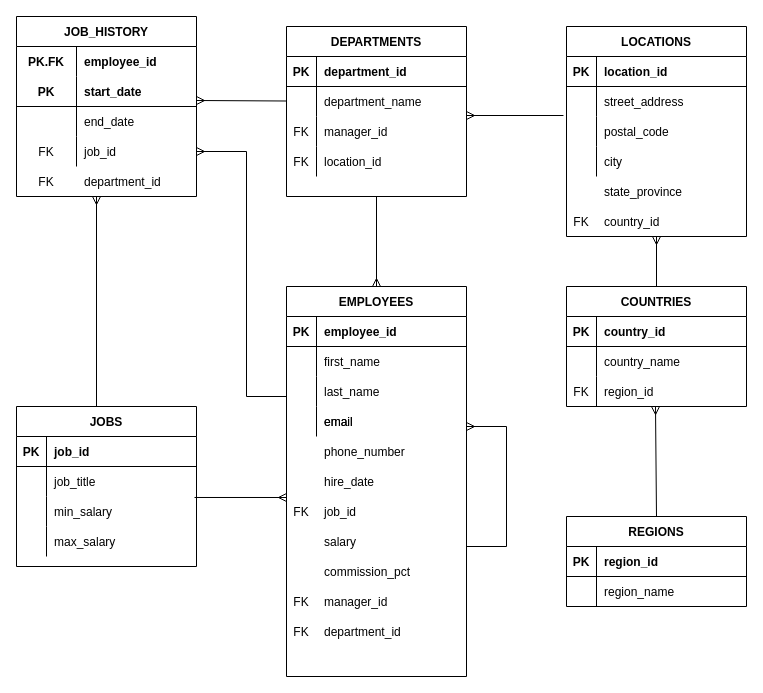
The draw.io diagram Lab9.drawio in Jerikooo/Lab9, before the edit. Source tidied: cells renumbered, new cells numbered last; positions are measured from the earlier drawing's top-left corner, leaving out a move shared by most shapes. Both pictures are drawn from the tidied source at 100%, with x=0, y=0 at pixel (16, 16).
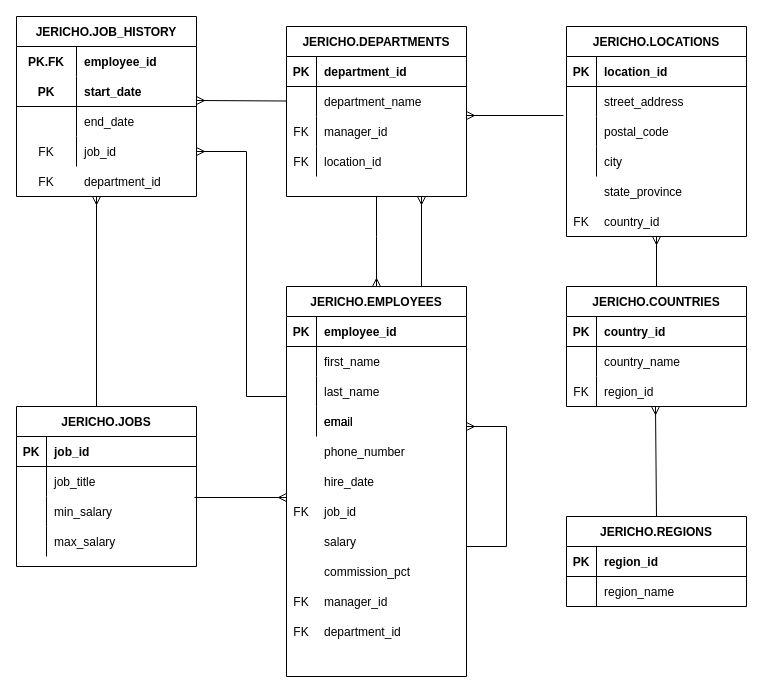
The same diagram, later.

Diff of the diagram source:
```diff
@@
-    <mxCell id="2" value="JOB_HISTORY" style="shape=table;startSize=30;childLayout=tableLayout;rowLines=0;fontStyle=1;align=center;" parent="1" vertex="1">
+    <mxCell id="2" value="JERICHO.JOB_HISTORY" style="shape=table;startSize=30;childLayout=tableLayout;rowLines=0;fontStyle=1;align=center;" parent="1" vertex="1">
       <mxGeometry width="180" height="180" as="geometry" />
     </mxCell>
@@
-    <mxCell id="16" value="DEPARTMENTS" style="shape=table;startSize=30;childLayout=tableLayout;rowLines=0;fontStyle=1;align=center;" parent="1" vertex="1">
+    <mxCell id="16" value="JERICHO.DEPARTMENTS" style="shape=table;startSize=30;childLayout=tableLayout;rowLines=0;fontStyle=1;align=center;" parent="1" vertex="1">
       <mxGeometry x="270" y="10" width="180" height="170" as="geometry" />
     </mxCell>
@@
-    <mxCell id="31" value="LOCATIONS" style="shape=table;startSize=30;childLayout=tableLayout;rowLines=0;fontStyle=1;align=center;" parent="1" vertex="1">
+    <mxCell id="31" value="JERICHO.LOCATIONS" style="shape=table;startSize=30;childLayout=tableLayout;rowLines=0;fontStyle=1;align=center;" parent="1" vertex="1">
       <mxGeometry x="550" y="10" width="180" height="210" as="geometry" />
     </mxCell>
@@
-    <mxCell id="48" value="JOBS" style="shape=table;startSize=30;childLayout=tableLayout;rowLines=0;fontStyle=1;align=center;" parent="1" vertex="1">
+    <mxCell id="48" value="JERICHO.JOBS" style="shape=table;startSize=30;childLayout=tableLayout;rowLines=0;fontStyle=1;align=center;" parent="1" vertex="1">
       <mxGeometry y="390" width="180" height="160" as="geometry" />
     </mxCell>
@@
-    <mxCell id="62" value="EMPLOYEES" style="shape=table;startSize=30;childLayout=tableLayout;rowLines=0;fontStyle=1;align=center;" parent="1" vertex="1">
+    <mxCell id="62" value="JERICHO.EMPLOYEES" style="shape=table;startSize=30;childLayout=tableLayout;rowLines=0;fontStyle=1;align=center;" parent="1" vertex="1">
       <mxGeometry x="270" y="270" width="180" height="390" as="geometry" />
     </mxCell>
@@
     <mxCell id="89" style="fontSize=12;html=1;endArrow=ERmany;rounded=0;entryX=0.5;entryY=0;entryDx=0;entryDy=0;exitX=0.5;exitY=1;exitDx=0;exitDy=0;" parent="1" edge="1" source="16" target="62">
-      <mxGeometry relative="1" as="geometry" />
+      <mxGeometry relative="1" as="geometry">
+        <Array as="points">
+          <mxPoint x="360" y="220" />
+        </Array>
+      </mxGeometry>
     </mxCell>
@@
-    <mxCell id="91" value="COUNTRIES" style="shape=table;startSize=30;childLayout=tableLayout;rowLines=0;fontStyle=1;align=center;" parent="1" vertex="1">
+    <mxCell id="91" value="JERICHO.COUNTRIES" style="shape=table;startSize=30;childLayout=tableLayout;rowLines=0;fontStyle=1;align=center;" parent="1" vertex="1">
       <mxGeometry x="550" y="270" width="180" height="120" as="geometry" />
     </mxCell>
@@
-    <mxCell id="102" value="REGIONS" style="shape=table;startSize=30;childLayout=tableLayout;rowLines=0;fontStyle=1;align=center;" parent="1" vertex="1">
+    <mxCell id="102" value="JERICHO.REGIONS" style="shape=table;startSize=30;childLayout=tableLayout;rowLines=0;fontStyle=1;align=center;" parent="1" vertex="1">
       <mxGeometry x="550" y="500" width="180" height="90" as="geometry" />
     </mxCell>
@@
+    <mxCell id="110" style="fontSize=12;html=1;endArrow=ERmany;rounded=0;entryX=0.75;entryY=1;entryDx=0;entryDy=0;exitX=0.75;exitY=0;exitDx=0;exitDy=0;" parent="1" edge="1" source="62" target="16">
+      <mxGeometry relative="1" as="geometry" />
+    </mxCell>
```
